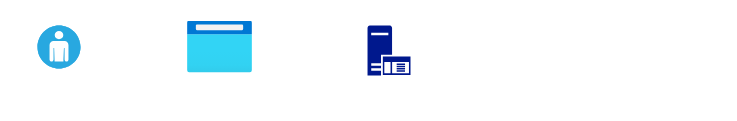
Above: OAuthServerSide.drawio in ccristian/diagrams (draw.io), before the change. Source tidied: cells renumbered, new cells numbered last; positions are measured from the earlier drawing's top-left corner, leaving out a move shared by most shapes. Both pictures are drawn from the tidied source at 100%, with x=0, y=0 at pixel (37, 20).
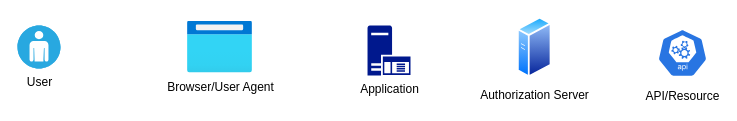
The same page after the edit.

The edit, as a diff of the source:
```diff
@@
 <mxGraphModel>
   <root>
     <mxCell id="0" />
     <mxCell id="1" parent="0" />
-    <mxCell id="2" style="html=1;align=center;image;fontSize=12;image=img/lib/azure2/general/Browser.svg;" parent="1" vertex="1">
+    <mxCell id="2" value="Browser/User Agent" style="html=1;align=center;image;fontSize=12;image=img/lib/azure2/general/Browser.svg;" parent="1" vertex="1">
       <mxGeometry x="150" y="0.5" width="65" height="52" as="geometry" />
     </mxCell>
-    <mxCell id="3" style="fillColor=#28A8E0;verticalLabelPosition=bottom;sketch=0;html=1;strokeColor=#ffffff;verticalAlign=top;align=center;shape=mxgraph.cisco_safe.compositeIcon;bgIcon=ellipse;resIcon=mxgraph.cisco_safe.capability.user;" parent="1" vertex="1">
-      <mxGeometry y="5" width="43" height="43" as="geometry" />
+    <mxCell id="3" value="User" style="fillColor=#28A8E0;verticalLabelPosition=bottom;sketch=0;html=1;strokeColor=#ffffff;verticalAlign=top;align=center;shape=mxgraph.cisco_safe.compositeIcon;bgIcon=ellipse;resIcon=mxgraph.cisco_safe.capability.user;" parent="1" vertex="1">
+      <mxGeometry x="-20" y="5" width="43" height="43" as="geometry" />
     </mxCell>
-    <mxCell id="4" style="sketch=0;shadow=0;dashed=0;html=1;strokeColor=none;labelPosition=center;verticalLabelPosition=bottom;verticalAlign=top;align=center;fillColor=#00188D;shape=mxgraph.mscae.enterprise.application_server;" parent="1" vertex="1">
+    <mxCell id="4" value="Application" style="sketch=0;shadow=0;dashed=0;html=1;strokeColor=none;labelPosition=center;verticalLabelPosition=bottom;verticalAlign=top;align=center;fillColor=#00188D;shape=mxgraph.mscae.enterprise.application_server;" parent="1" vertex="1">
       <mxGeometry x="330" y="5" width="43" height="50" as="geometry" />
     </mxCell>
+    <mxCell id="5" value="Authorization Server" style="perimeter=ellipsePerimeter;html=1;align=center;shadow=0;dashed=0;spacingTop=3;image;image=img/lib/active_directory/generic_server.svg;" parent="1" vertex="1">
+      <mxGeometry x="480" y="-3.8" width="34.4" height="61.5" as="geometry" />
+    </mxCell>
+    <mxCell id="6" value="API/Resource" style="sketch=0;html=1;dashed=0;whitespace=wrap;fillColor=#2875E2;strokeColor=#ffffff;verticalLabelPosition=bottom;align=center;verticalAlign=top;shape=mxgraph.kubernetes.icon;prIcon=api;" parent="1" vertex="1">
+      <mxGeometry x="620" y="3" width="50" height="59" as="geometry" />
+    </mxCell>
   </root>
 </mxGraphModel>
```
